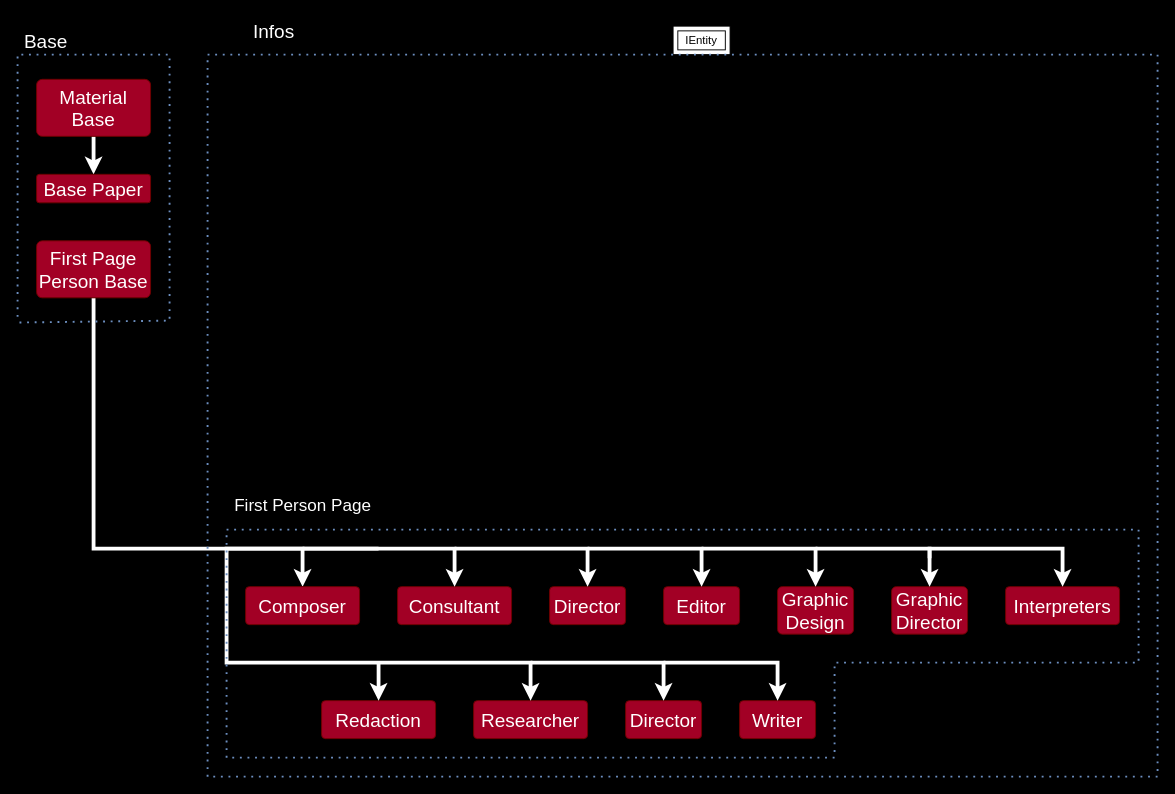
Before: LRMS Entities Schematic.drawio in FurkanHuman/LRMS, a draw.io diagram. Source tidied: cells renumbered, new cells numbered last; positions are measured from the earlier drawing's top-left corner, leaving out a move shared by most shapes. Both pictures are drawn from the tidied source at 95%, with x=0, y=0 at pixel (17, 16).
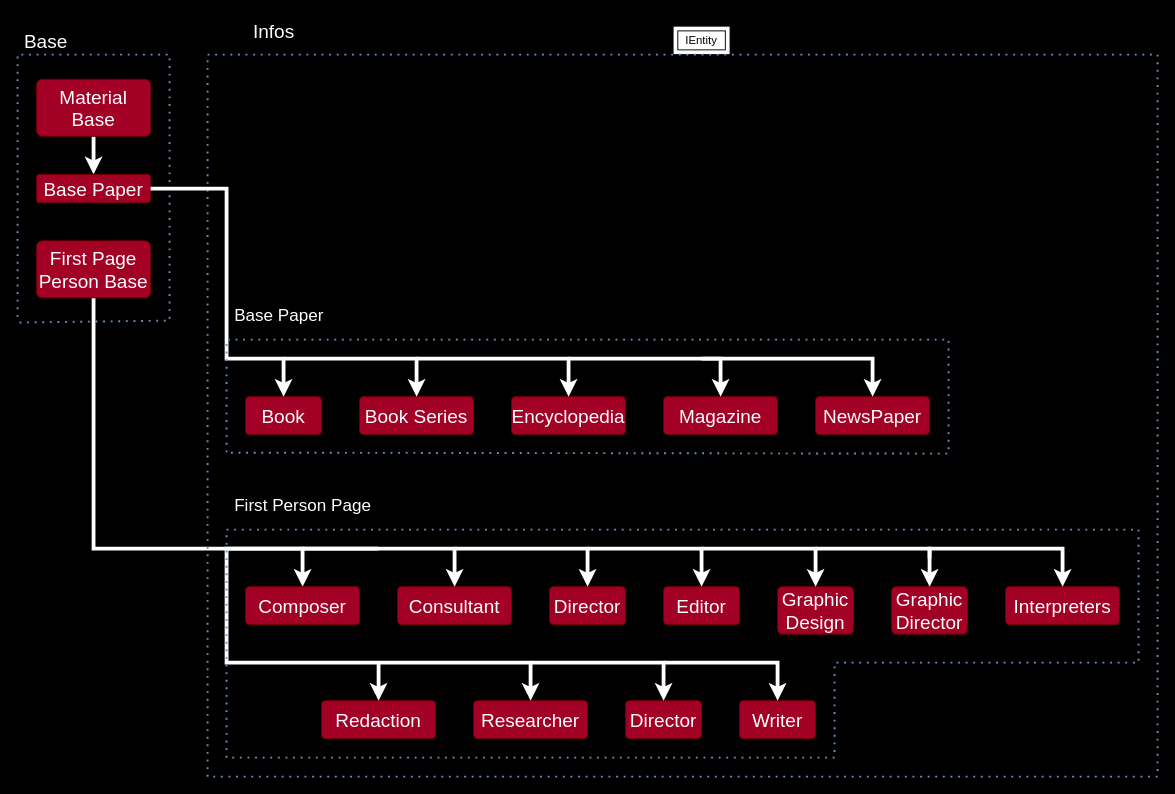
The same diagram, later.

Commit message:
Added base paper reference. Update LRMS Entities Schematic.drawio

The change refers to these unchanged cells:
```xml
<mxCell id="4" value="Base Paper" style="rounded=1;arcSize=10;whiteSpace=wrap;html=1;align=center;fontSize=20;fillColor=#a20025;strokeColor=#6F0000;fontColor=#ffffff;" parent="1" vertex="1">
  <mxGeometry x="20" y="166" width="120" height="30" as="geometry" />
</mxCell>
```

What changed in the source:
```diff
@@
+    <mxCell id="35" value="Book" style="rounded=1;arcSize=10;whiteSpace=wrap;html=1;align=center;fontSize=20;fillColor=#a20025;strokeColor=#6F0000;fontColor=#ffffff;" parent="1" vertex="1">
+      <mxGeometry x="240" y="400" width="80" height="40" as="geometry" />
+    </mxCell>
+    <mxCell id="36" value="Book Series" style="rounded=1;arcSize=10;whiteSpace=wrap;html=1;align=center;fontSize=20;fillColor=#a20025;strokeColor=#6F0000;fontColor=#ffffff;" parent="1" vertex="1">
+      <mxGeometry x="360" y="400" width="120" height="40" as="geometry" />
+    </mxCell>
+    <mxCell id="37" style="edgeStyle=orthogonalEdgeStyle;rounded=0;jumpSize=13;jettySize=auto;html=1;entryX=0.5;entryY=0;entryDx=0;entryDy=0;strokeColor=#FFFFFF;strokeWidth=4;" parent="1" edge="1" target="36">
+      <mxGeometry relative="1" as="geometry">
+        <mxPoint x="280" y="360" as="sourcePoint" />
+        <Array as="points">
+          <mxPoint x="420" y="360" />
+        </Array>
+      </mxGeometry>
+    </mxCell>
+    <mxCell id="38" value="Encyclopedia" style="rounded=1;arcSize=10;whiteSpace=wrap;html=1;align=center;fontSize=20;fillColor=#a20025;strokeColor=#6F0000;fontColor=#ffffff;" parent="1" vertex="1">
+      <mxGeometry x="520" y="400" width="120" height="40" as="geometry" />
+    </mxCell>
+    <mxCell id="39" value="Magazine" style="rounded=1;arcSize=10;whiteSpace=wrap;html=1;align=center;fontSize=20;fillColor=#a20025;strokeColor=#6F0000;fontColor=#ffffff;" parent="1" vertex="1">
+      <mxGeometry x="680" y="400" width="120" height="40" as="geometry" />
+    </mxCell>
+    <mxCell id="40" value="NewsPaper" style="rounded=1;arcSize=10;whiteSpace=wrap;html=1;align=center;fontSize=20;fillColor=#a20025;strokeColor=#6F0000;fontColor=#ffffff;" parent="1" vertex="1">
+      <mxGeometry x="840" y="400" width="120" height="40" as="geometry" />
+    </mxCell>
+    <mxCell id="41" style="edgeStyle=orthogonalEdgeStyle;rounded=0;jumpSize=13;jettySize=auto;html=1;strokeColor=#FFFFFF;strokeWidth=4;entryX=0.5;entryY=0;entryDx=0;entryDy=0;" parent="1" edge="1" target="38">
+      <mxGeometry relative="1" as="geometry">
+        <mxPoint x="420" y="360" as="sourcePoint" />
+        <Array as="points">
+          <mxPoint x="580" y="360" />
+        </Array>
+      </mxGeometry>
+    </mxCell>
+    <mxCell id="42" style="edgeStyle=orthogonalEdgeStyle;rounded=0;jumpSize=13;jettySize=auto;html=1;strokeColor=#FFFFFF;strokeWidth=4;entryX=0.5;entryY=0;entryDx=0;entryDy=0;" parent="1" edge="1" target="39">
+      <mxGeometry relative="1" as="geometry">
+        <mxPoint x="580" y="360" as="sourcePoint" />
+        <Array as="points">
+          <mxPoint x="740" y="360" />
+        </Array>
+      </mxGeometry>
+    </mxCell>
+    <mxCell id="43" style="edgeStyle=orthogonalEdgeStyle;rounded=0;jumpSize=13;jettySize=auto;html=1;entryX=0.5;entryY=0;entryDx=0;entryDy=0;strokeColor=#FFFFFF;strokeWidth=4;" parent="1" edge="1" target="40">
+      <mxGeometry relative="1" as="geometry">
+        <mxPoint x="720" y="360" as="sourcePoint" />
+        <Array as="points">
+          <mxPoint x="900" y="360" />
+        </Array>
+      </mxGeometry>
+    </mxCell>
+    <mxCell id="44" style="edgeStyle=orthogonalEdgeStyle;rounded=0;jumpSize=13;jettySize=auto;html=1;entryX=0.5;entryY=0;entryDx=0;entryDy=0;strokeColor=#FFFFFF;strokeWidth=4;exitX=1;exitY=0.5;exitDx=0;exitDy=0;" parent="1" edge="1" source="4" target="35">
+      <mxGeometry relative="1" as="geometry">
+        <Array as="points">
+          <mxPoint x="220" y="181" />
+          <mxPoint x="220" y="360" />
+          <mxPoint x="280" y="360" />
+        </Array>
+      </mxGeometry>
+    </mxCell>
+    <mxCell id="45" style="endArrow=none;dashed=1;html=1;dashPattern=1 3;strokeWidth=2;rounded=0;fontColor=#FFFFFF;labelBackgroundColor=#000000;fillColor=#dae8fc;strokeColor=#6c8ebf;" parent="1" edge="1">
+      <mxGeometry relative="1" as="geometry">
+        <mxPoint x="220" y="458.6" as="sourcePoint" />
+        <mxPoint x="220" y="459" as="targetPoint" />
+        <Array as="points">
+          <mxPoint x="220" y="340" />
+          <mxPoint x="980" y="340" />
+          <mxPoint x="980" y="460" />
+        </Array>
+      </mxGeometry>
+    </mxCell>
+    <mxCell id="46" value="Base Paper" style="text;html=1;align=center;verticalAlign=middle;strokeColor=none;fillColor=none;fontColor=#FFFFFF;fontSize=18;" parent="1" vertex="1">
+      <mxGeometry x="220" y="300" width="110" height="30" as="geometry" />
+    </mxCell>
```
